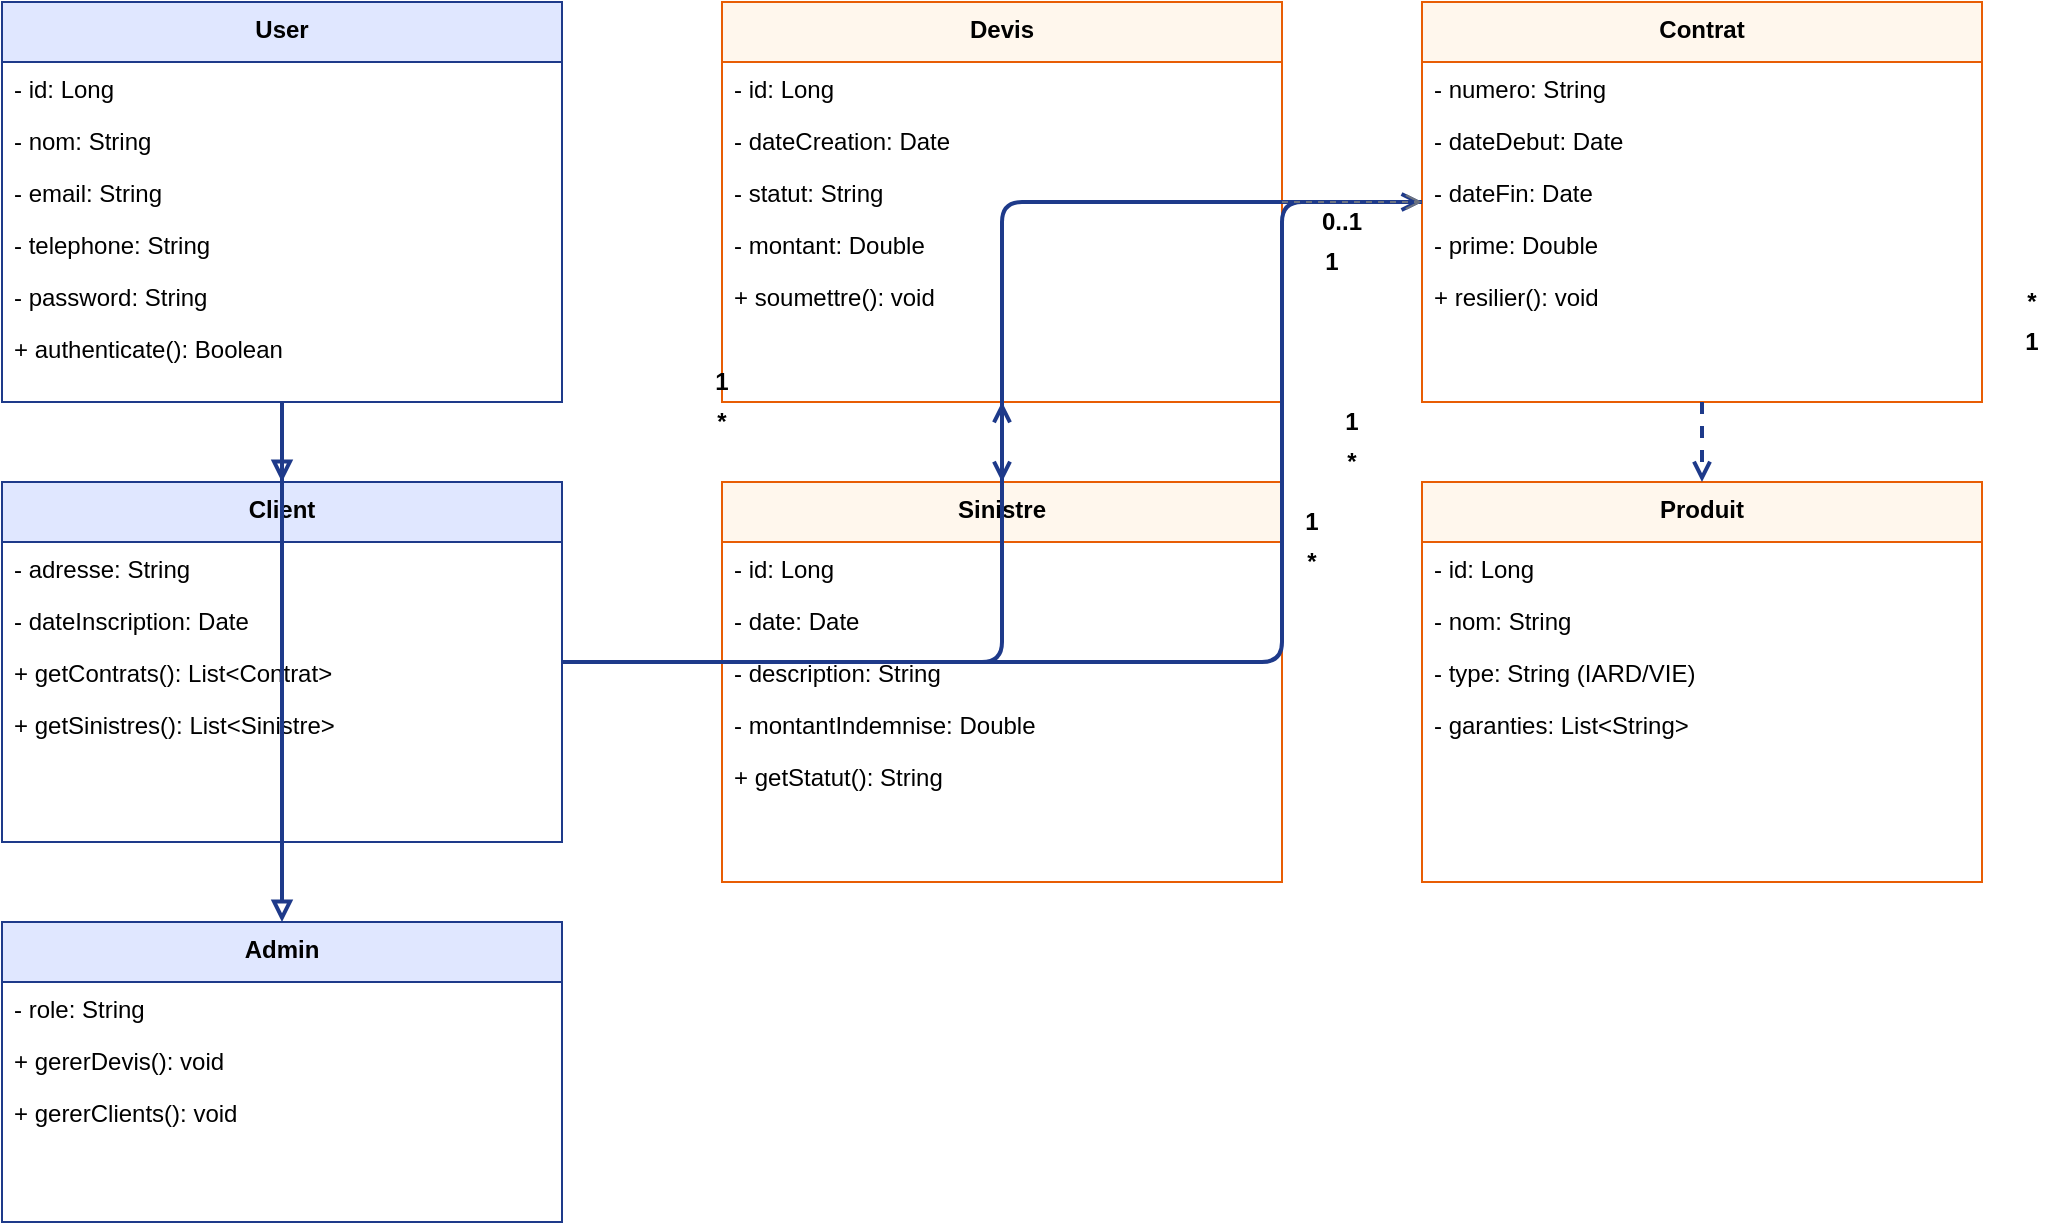
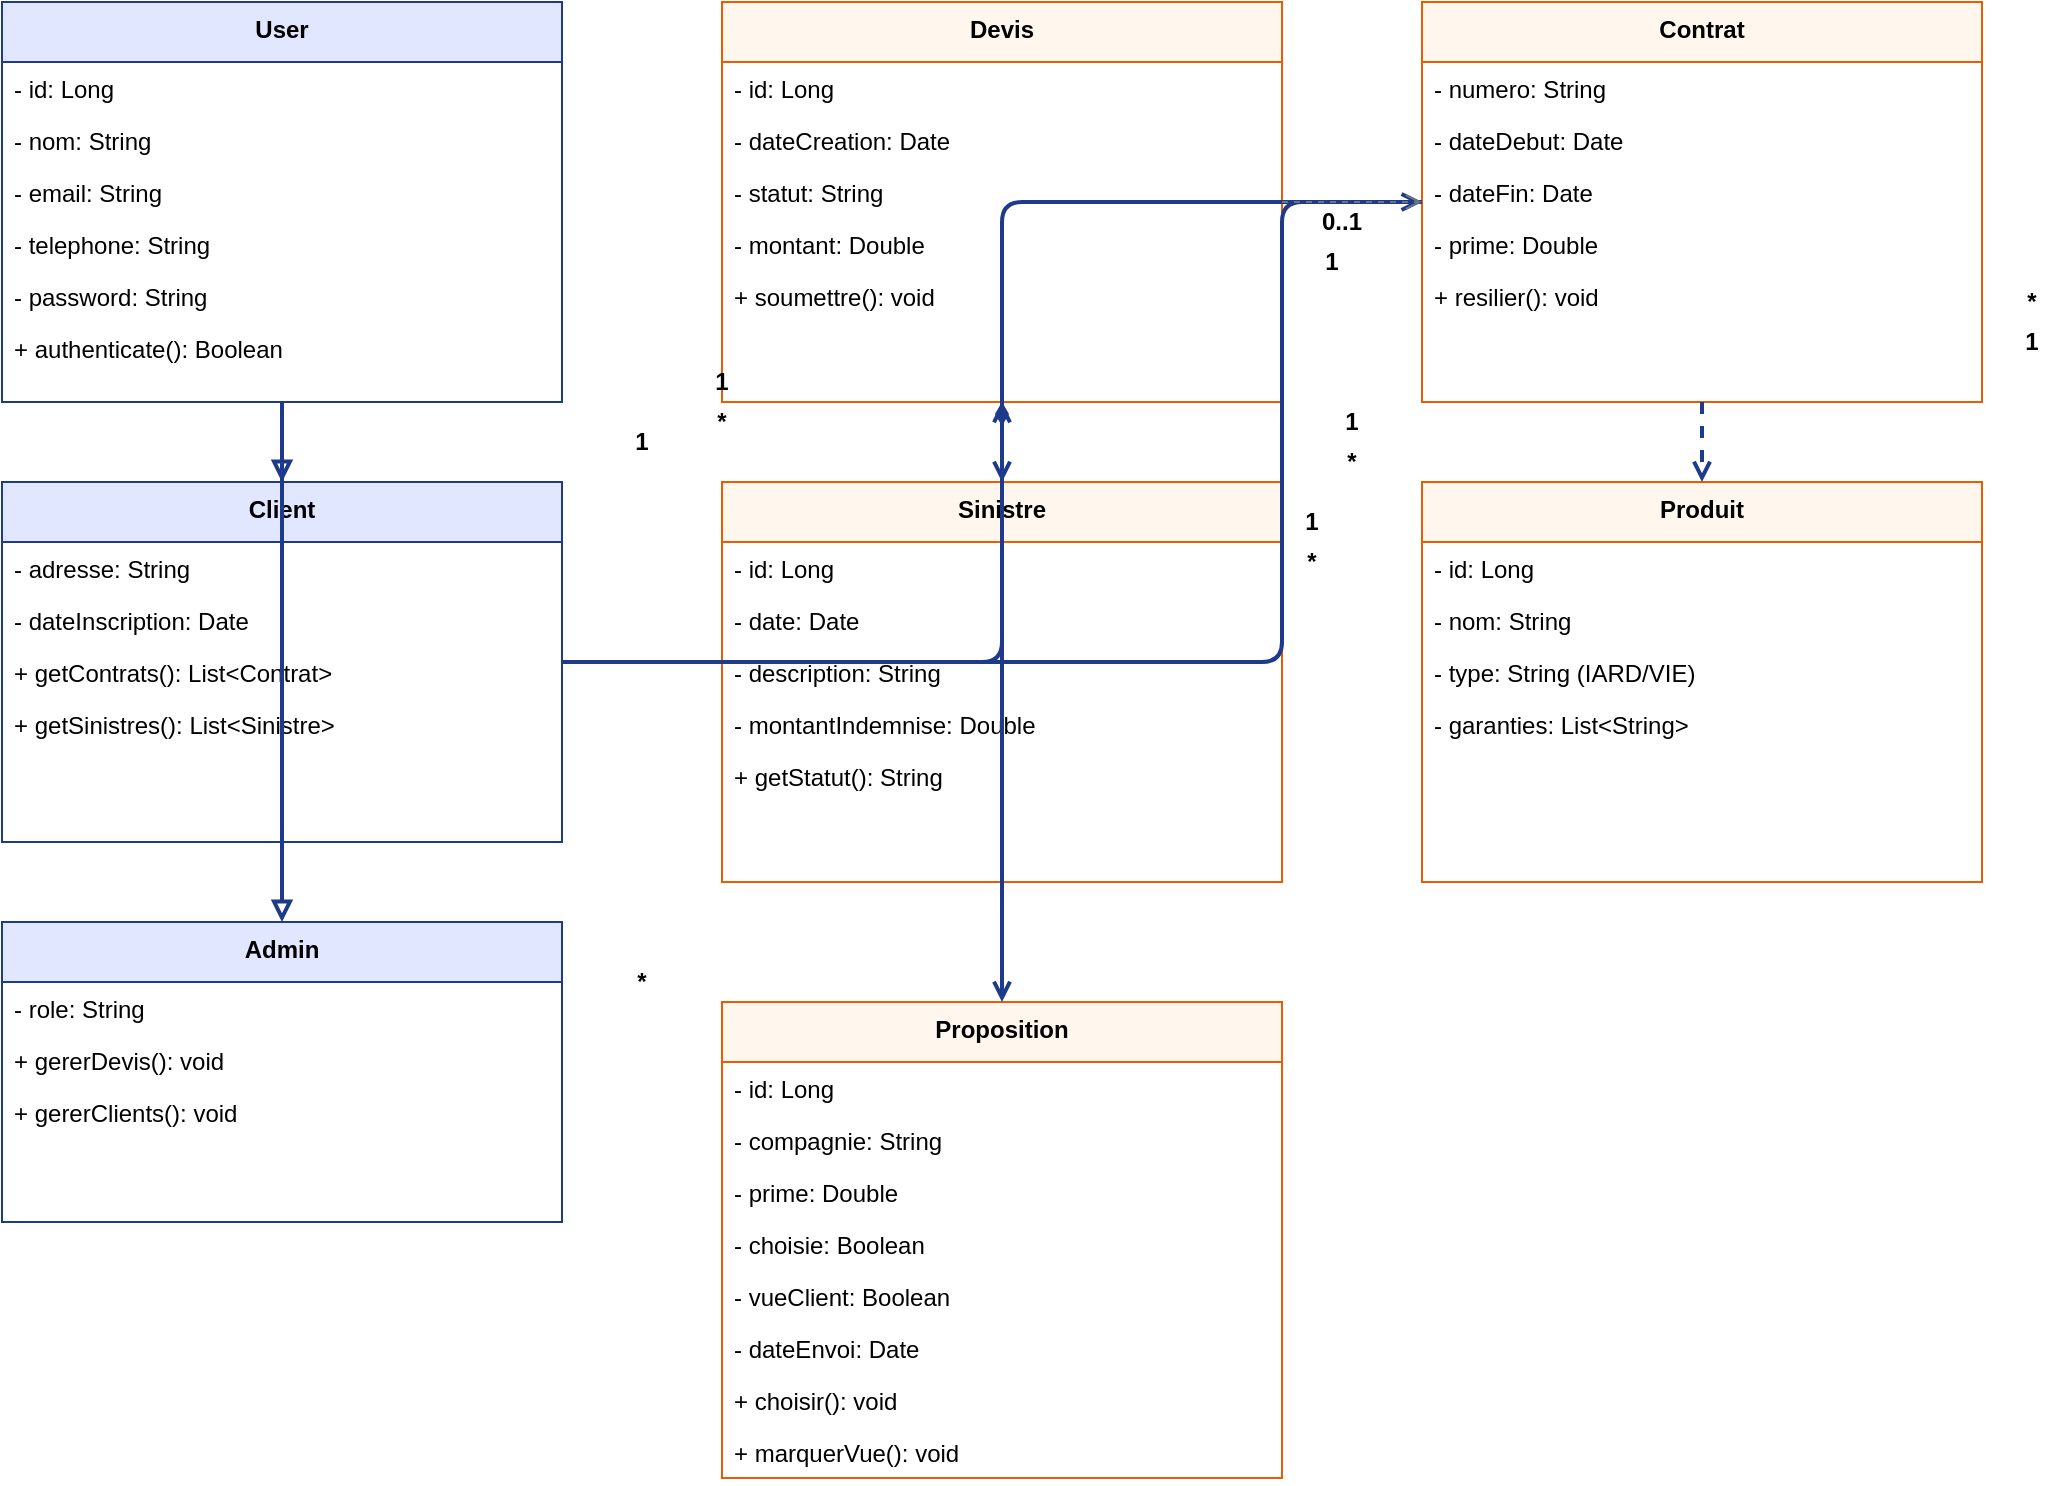
﻿<mxfile host="65bd71144e">
    <diagram name="Diagramme de classes - KARHON" id="class-diagram">
        <mxGraphModel dx="1400" dy="900" grid="1" gridSize="10" guides="1" tooltips="1" connect="1" arrows="1" fold="1" page="1" pageScale="1" pageWidth="1400" pageHeight="900" math="0" shadow="0">
            <root>
                <mxCell id="0"/>
                <mxCell id="1" parent="0"/>

                <!-- Classe User -->
                <mxCell id="User" value="User" style="swimlane;fontStyle=1;align=center;verticalAlign=top;childLayout=stackLayout;horizontal=1;startSize=30;horizontalStack=0;resizeParent=1;resizeParentMax=0;resizeLast=0;collapsible=1;marginBottom=0;strokeColor=#1e3a8a;fillColor=#e0e7ff;" vertex="1" parent="1">
                    <mxGeometry x="40" y="40" width="280" height="200" as="geometry"/>
                </mxCell>
                <mxCell id="UserAttr1" value="- id: Long" style="text;strokeColor=none;fillColor=none;align=left;verticalAlign=top;spacingLeft=4;spacingRight=4;overflow=hidden;rotatable=0;points=[[0,0.5],[1,0.5]];portConstraint=eastwest;" vertex="1" parent="User">
                    <mxGeometry y="30" width="280" height="26" as="geometry"/>
                </mxCell>
                <mxCell id="UserAttr2" value="- nom: String" style="text;strokeColor=none;fillColor=none;align=left;verticalAlign=top;spacingLeft=4;spacingRight=4;overflow=hidden;rotatable=0;points=[[0,0.5],[1,0.5]];portConstraint=eastwest;" vertex="1" parent="User">
                    <mxGeometry y="56" width="280" height="26" as="geometry"/>
                </mxCell>
                <mxCell id="UserAttr3" value="- email: String" style="text;strokeColor=none;fillColor=none;align=left;verticalAlign=top;spacingLeft=4;spacingRight=4;overflow=hidden;rotatable=0;points=[[0,0.5],[1,0.5]];portConstraint=eastwest;" vertex="1" parent="User">
                    <mxGeometry y="82" width="280" height="26" as="geometry"/>
                </mxCell>
                <mxCell id="UserAttr4" value="- telephone: String" style="text;strokeColor=none;fillColor=none;align=left;verticalAlign=top;spacingLeft=4;spacingRight=4;overflow=hidden;rotatable=0;points=[[0,0.5],[1,0.5]];portConstraint=eastwest;" vertex="1" parent="User">
                    <mxGeometry y="108" width="280" height="26" as="geometry"/>
                </mxCell>
                <mxCell id="UserAttr5" value="- password: String" style="text;strokeColor=none;fillColor=none;align=left;verticalAlign=top;spacingLeft=4;spacingRight=4;overflow=hidden;rotatable=0;points=[[0,0.5],[1,0.5]];portConstraint=eastwest;" vertex="1" parent="User">
                    <mxGeometry y="134" width="280" height="26" as="geometry"/>
                </mxCell>
                <mxCell id="UserMeth1" value="+ authenticate(): Boolean" style="text;strokeColor=none;fillColor=none;align=left;verticalAlign=top;spacingLeft=4;spacingRight=4;overflow=hidden;rotatable=0;points=[[0,0.5],[1,0.5]];portConstraint=eastwest;" vertex="1" parent="User">
                    <mxGeometry y="160" width="280" height="26" as="geometry"/>
                </mxCell>

                <!-- Classe Client -->
                <mxCell id="Client" value="Client" style="swimlane;fontStyle=1;align=center;verticalAlign=top;childLayout=stackLayout;horizontal=1;startSize=30;horizontalStack=0;resizeParent=1;resizeParentMax=0;resizeLast=0;collapsible=1;marginBottom=0;strokeColor=#1e3a8a;fillColor=#e0e7ff;" vertex="1" parent="1">
                    <mxGeometry x="40" y="280" width="280" height="180" as="geometry"/>
                </mxCell>
                <mxCell id="ClientAttr1" value="- adresse: String" style="text;strokeColor=none;fillColor=none;align=left;verticalAlign=top;spacingLeft=4;spacingRight=4;overflow=hidden;rotatable=0;points=[[0,0.5],[1,0.5]];portConstraint=eastwest;" vertex="1" parent="Client">
                    <mxGeometry y="30" width="280" height="26" as="geometry"/>
                </mxCell>
                <mxCell id="ClientAttr2" value="- dateInscription: Date" style="text;strokeColor=none;fillColor=none;align=left;verticalAlign=top;spacingLeft=4;spacingRight=4;overflow=hidden;rotatable=0;points=[[0,0.5],[1,0.5]];portConstraint=eastwest;" vertex="1" parent="Client">
                    <mxGeometry y="56" width="280" height="26" as="geometry"/>
                </mxCell>
                <mxCell id="ClientMeth1" value="+ getContrats(): List&lt;Contrat&gt;" style="text;strokeColor=none;fillColor=none;align=left;verticalAlign=top;spacingLeft=4;spacingRight=4;overflow=hidden;rotatable=0;points=[[0,0.5],[1,0.5]];portConstraint=eastwest;" vertex="1" parent="Client">
                    <mxGeometry y="82" width="280" height="26" as="geometry"/>
                </mxCell>
                <mxCell id="ClientMeth2" value="+ getSinistres(): List&lt;Sinistre&gt;" style="text;strokeColor=none;fillColor=none;align=left;verticalAlign=top;spacingLeft=4;spacingRight=4;overflow=hidden;rotatable=0;points=[[0,0.5],[1,0.5]];portConstraint=eastwest;" vertex="1" parent="Client">
                    <mxGeometry y="108" width="280" height="26" as="geometry"/>
                </mxCell>

                <!-- Classe Admin -->
                <mxCell id="Admin" value="Admin" style="swimlane;fontStyle=1;align=center;verticalAlign=top;childLayout=stackLayout;horizontal=1;startSize=30;horizontalStack=0;resizeParent=1;resizeParentMax=0;resizeLast=0;collapsible=1;marginBottom=0;strokeColor=#1e3a8a;fillColor=#e0e7ff;" vertex="1" parent="1">
                    <mxGeometry x="40" y="500" width="280" height="150" as="geometry"/>
                </mxCell>
                <mxCell id="AdminAttr1" value="- role: String" style="text;strokeColor=none;fillColor=none;align=left;verticalAlign=top;spacingLeft=4;spacingRight=4;overflow=hidden;rotatable=0;points=[[0,0.5],[1,0.5]];portConstraint=eastwest;" vertex="1" parent="Admin">
                    <mxGeometry y="30" width="280" height="26" as="geometry"/>
                </mxCell>
                <mxCell id="AdminMeth1" value="+ gererDevis(): void" style="text;strokeColor=none;fillColor=none;align=left;verticalAlign=top;spacingLeft=4;spacingRight=4;overflow=hidden;rotatable=0;points=[[0,0.5],[1,0.5]];portConstraint=eastwest;" vertex="1" parent="Admin">
                    <mxGeometry y="56" width="280" height="26" as="geometry"/>
                </mxCell>
                <mxCell id="AdminMeth2" value="+ gererClients(): void" style="text;strokeColor=none;fillColor=none;align=left;verticalAlign=top;spacingLeft=4;spacingRight=4;overflow=hidden;rotatable=0;points=[[0,0.5],[1,0.5]];portConstraint=eastwest;" vertex="1" parent="Admin">
                    <mxGeometry y="82" width="280" height="26" as="geometry"/>
                </mxCell>

                <!-- Héritage -->
                <mxCell id="inheritance1" style="edgeStyle=orthogonalEdgeStyle;html=1;endArrow=block;endFill=0;strokeColor=#1e3a8a;strokeWidth=2;" edge="1" parent="1" source="User" target="Client">
                    <mxGeometry relative="1" as="geometry"/>
                </mxCell>
                <mxCell id="inheritance2" style="edgeStyle=orthogonalEdgeStyle;html=1;endArrow=block;endFill=0;strokeColor=#1e3a8a;strokeWidth=2;" edge="1" parent="1" source="User" target="Admin">
                    <mxGeometry relative="1" as="geometry"/>
                </mxCell>

                <!-- Classe Devis -->
                <mxCell id="Devis" value="Devis" style="swimlane;fontStyle=1;align=center;verticalAlign=top;childLayout=stackLayout;horizontal=1;startSize=30;horizontalStack=0;resizeParent=1;resizeParentMax=0;resizeLast=0;collapsible=1;marginBottom=0;strokeColor=#e85d04;fillColor=#fff7ed;" vertex="1" parent="1">
                    <mxGeometry x="400" y="40" width="280" height="200" as="geometry"/>
                </mxCell>
                <mxCell id="DevisAttr1" value="- id: Long" style="text;strokeColor=none;fillColor=none;align=left;verticalAlign=top;spacingLeft=4;spacingRight=4;overflow=hidden;rotatable=0;points=[[0,0.5],[1,0.5]];portConstraint=eastwest;" vertex="1" parent="Devis">
                    <mxGeometry y="30" width="280" height="26" as="geometry"/>
                </mxCell>
                <mxCell id="DevisAttr2" value="- dateCreation: Date" style="text;strokeColor=none;fillColor=none;align=left;verticalAlign=top;spacingLeft=4;spacingRight=4;overflow=hidden;rotatable=0;points=[[0,0.5],[1,0.5]];portConstraint=eastwest;" vertex="1" parent="Devis">
                    <mxGeometry y="56" width="280" height="26" as="geometry"/>
                </mxCell>
                <mxCell id="DevisAttr3" value="- statut: String" style="text;strokeColor=none;fillColor=none;align=left;verticalAlign=top;spacingLeft=4;spacingRight=4;overflow=hidden;rotatable=0;points=[[0,0.5],[1,0.5]];portConstraint=eastwest;" vertex="1" parent="Devis">
                    <mxGeometry y="82" width="280" height="26" as="geometry"/>
                </mxCell>
                <mxCell id="DevisAttr4" value="- montant: Double" style="text;strokeColor=none;fillColor=none;align=left;verticalAlign=top;spacingLeft=4;spacingRight=4;overflow=hidden;rotatable=0;points=[[0,0.5],[1,0.5]];portConstraint=eastwest;" vertex="1" parent="Devis">
                    <mxGeometry y="108" width="280" height="26" as="geometry"/>
                </mxCell>
                <mxCell id="DevisMeth1" value="+ soumettre(): void" style="text;strokeColor=none;fillColor=none;align=left;verticalAlign=top;spacingLeft=4;spacingRight=4;overflow=hidden;rotatable=0;points=[[0,0.5],[1,0.5]];portConstraint=eastwest;" vertex="1" parent="Devis">
                    <mxGeometry y="134" width="280" height="26" as="geometry"/>
                </mxCell>

                <!-- Classe Contrat -->
                <mxCell id="Contrat" value="Contrat" style="swimlane;fontStyle=1;align=center;verticalAlign=top;childLayout=stackLayout;horizontal=1;startSize=30;horizontalStack=0;resizeParent=1;resizeParentMax=0;resizeLast=0;collapsible=1;marginBottom=0;strokeColor=#e85d04;fillColor=#fff7ed;" vertex="1" parent="1">
                    <mxGeometry x="750" y="40" width="280" height="200" as="geometry"/>
                </mxCell>
                <mxCell id="ContratAttr1" value="- numero: String" style="text;strokeColor=none;fillColor=none;align=left;verticalAlign=top;spacingLeft=4;spacingRight=4;overflow=hidden;rotatable=0;points=[[0,0.5],[1,0.5]];portConstraint=eastwest;" vertex="1" parent="Contrat">
                    <mxGeometry y="30" width="280" height="26" as="geometry"/>
                </mxCell>
                <mxCell id="ContratAttr2" value="- dateDebut: Date" style="text;strokeColor=none;fillColor=none;align=left;verticalAlign=top;spacingLeft=4;spacingRight=4;overflow=hidden;rotatable=0;points=[[0,0.5],[1,0.5]];portConstraint=eastwest;" vertex="1" parent="Contrat">
                    <mxGeometry y="56" width="280" height="26" as="geometry"/>
                </mxCell>
                <mxCell id="ContratAttr3" value="- dateFin: Date" style="text;strokeColor=none;fillColor=none;align=left;verticalAlign=top;spacingLeft=4;spacingRight=4;overflow=hidden;rotatable=0;points=[[0,0.5],[1,0.5]];portConstraint=eastwest;" vertex="1" parent="Contrat">
                    <mxGeometry y="82" width="280" height="26" as="geometry"/>
                </mxCell>
                <mxCell id="ContratAttr4" value="- prime: Double" style="text;strokeColor=none;fillColor=none;align=left;verticalAlign=top;spacingLeft=4;spacingRight=4;overflow=hidden;rotatable=0;points=[[0,0.5],[1,0.5]];portConstraint=eastwest;" vertex="1" parent="Contrat">
                    <mxGeometry y="108" width="280" height="26" as="geometry"/>
                </mxCell>
                <mxCell id="ContratMeth1" value="+ resilier(): void" style="text;strokeColor=none;fillColor=none;align=left;verticalAlign=top;spacingLeft=4;spacingRight=4;overflow=hidden;rotatable=0;points=[[0,0.5],[1,0.5]];portConstraint=eastwest;" vertex="1" parent="Contrat">
                    <mxGeometry y="134" width="280" height="26" as="geometry"/>
                </mxCell>

                <!-- Classe Sinistre -->
                <mxCell id="Sinistre" value="Sinistre" style="swimlane;fontStyle=1;align=center;verticalAlign=top;childLayout=stackLayout;horizontal=1;startSize=30;horizontalStack=0;resizeParent=1;resizeParentMax=0;resizeLast=0;collapsible=1;marginBottom=0;strokeColor=#e85d04;fillColor=#fff7ed;" vertex="1" parent="1">
                    <mxGeometry x="400" y="280" width="280" height="200" as="geometry"/>
                </mxCell>
                <mxCell id="SinistreAttr1" value="- id: Long" style="text;strokeColor=none;fillColor=none;align=left;verticalAlign=top;spacingLeft=4;spacingRight=4;overflow=hidden;rotatable=0;points=[[0,0.5],[1,0.5]];portConstraint=eastwest;" vertex="1" parent="Sinistre">
                    <mxGeometry y="30" width="280" height="26" as="geometry"/>
                </mxCell>
                <mxCell id="SinistreAttr2" value="- date: Date" style="text;strokeColor=none;fillColor=none;align=left;verticalAlign=top;spacingLeft=4;spacingRight=4;overflow=hidden;rotatable=0;points=[[0,0.5],[1,0.5]];portConstraint=eastwest;" vertex="1" parent="Sinistre">
                    <mxGeometry y="56" width="280" height="26" as="geometry"/>
                </mxCell>
                <mxCell id="SinistreAttr3" value="- description: String" style="text;strokeColor=none;fillColor=none;align=left;verticalAlign=top;spacingLeft=4;spacingRight=4;overflow=hidden;rotatable=0;points=[[0,0.5],[1,0.5]];portConstraint=eastwest;" vertex="1" parent="Sinistre">
                    <mxGeometry y="82" width="280" height="26" as="geometry"/>
                </mxCell>
                <mxCell id="SinistreAttr4" value="- montantIndemnise: Double" style="text;strokeColor=none;fillColor=none;align=left;verticalAlign=top;spacingLeft=4;spacingRight=4;overflow=hidden;rotatable=0;points=[[0,0.5],[1,0.5]];portConstraint=eastwest;" vertex="1" parent="Sinistre">
                    <mxGeometry y="108" width="280" height="26" as="geometry"/>
                </mxCell>
                <mxCell id="SinistreMeth1" value="+ getStatut(): String" style="text;strokeColor=none;fillColor=none;align=left;verticalAlign=top;spacingLeft=4;spacingRight=4;overflow=hidden;rotatable=0;points=[[0,0.5],[1,0.5]];portConstraint=eastwest;" vertex="1" parent="Sinistre">
                    <mxGeometry y="134" width="280" height="26" as="geometry"/>
                </mxCell>

                <!-- Classe Produit -->
                <mxCell id="Produit" value="Produit" style="swimlane;fontStyle=1;align=center;verticalAlign=top;childLayout=stackLayout;horizontal=1;startSize=30;horizontalStack=0;resizeParent=1;resizeParentMax=0;resizeLast=0;collapsible=1;marginBottom=0;strokeColor=#e85d04;fillColor=#fff7ed;" vertex="1" parent="1">
                    <mxGeometry x="750" y="280" width="280" height="200" as="geometry"/>
                </mxCell>
                <mxCell id="ProduitAttr1" value="- id: Long" style="text;strokeColor=none;fillColor=none;align=left;verticalAlign=top;spacingLeft=4;spacingRight=4;overflow=hidden;rotatable=0;points=[[0,0.5],[1,0.5]];portConstraint=eastwest;" vertex="1" parent="Produit">
                    <mxGeometry y="30" width="280" height="26" as="geometry"/>
                </mxCell>
                <mxCell id="ProduitAttr2" value="- nom: String" style="text;strokeColor=none;fillColor=none;align=left;verticalAlign=top;spacingLeft=4;spacingRight=4;overflow=hidden;rotatable=0;points=[[0,0.5],[1,0.5]];portConstraint=eastwest;" vertex="1" parent="Produit">
                    <mxGeometry y="56" width="280" height="26" as="geometry"/>
                </mxCell>
                <mxCell id="ProduitAttr3" value="- type: String (IARD/VIE)" style="text;strokeColor=none;fillColor=none;align=left;verticalAlign=top;spacingLeft=4;spacingRight=4;overflow=hidden;rotatable=0;points=[[0,0.5],[1,0.5]];portConstraint=eastwest;" vertex="1" parent="Produit">
                    <mxGeometry y="82" width="280" height="26" as="geometry"/>
                </mxCell>
                <mxCell id="ProduitAttr4" value="- garanties: List&lt;String&gt;" style="text;strokeColor=none;fillColor=none;align=left;verticalAlign=top;spacingLeft=4;spacingRight=4;overflow=hidden;rotatable=0;points=[[0,0.5],[1,0.5]];portConstraint=eastwest;" vertex="1" parent="Produit">
                    <mxGeometry y="108" width="280" height="26" as="geometry"/>
                </mxCell>

                <!-- Association Client - Devis (1..*) -->
                <mxCell id="assoc1" style="edgeStyle=orthogonalEdgeStyle;html=1;endArrow=open;startArrow=none;strokeColor=#1e3a8a;strokeWidth=2;" edge="1" parent="1" source="Client" target="Devis">
                    <mxGeometry relative="1" as="geometry"/>
                </mxCell>
                <mxCell id="card1" value="1" style="text;html=1;strokeColor=none;fillColor=none;align=center;verticalAlign=middle;whiteSpace=wrap;rounded=0;fontStyle=1;" vertex="1" parent="1">
                    <mxGeometry x="385" y="220" width="30" height="20" as="geometry"/>
                </mxCell>
                <mxCell id="card2" value="*" style="text;html=1;strokeColor=none;fillColor=none;align=center;verticalAlign=middle;whiteSpace=wrap;rounded=0;fontStyle=1;" vertex="1" parent="1">
                    <mxGeometry x="385" y="240" width="30" height="20" as="geometry"/>
                </mxCell>

                <!-- Association Client - Contrat (1..*) -->
                <mxCell id="assoc2" style="edgeStyle=orthogonalEdgeStyle;html=1;endArrow=open;startArrow=none;strokeColor=#1e3a8a;strokeWidth=2;" edge="1" parent="1" source="Client" target="Contrat">
                    <mxGeometry relative="1" as="geometry">
                        <Array as="points">
                            <mxPoint x="680" y="370"/>
                            <mxPoint x="680" y="140"/>
                        </Array>
                    </mxGeometry>
                </mxCell>
                <mxCell id="card3" value="1" style="text;html=1;strokeColor=none;fillColor=none;align=center;verticalAlign=middle;whiteSpace=wrap;rounded=0;fontStyle=1;" vertex="1" parent="1">
                    <mxGeometry x="680" y="290" width="30" height="20" as="geometry"/>
                </mxCell>
                <mxCell id="card4" value="*" style="text;html=1;strokeColor=none;fillColor=none;align=center;verticalAlign=middle;whiteSpace=wrap;rounded=0;fontStyle=1;" vertex="1" parent="1">
                    <mxGeometry x="680" y="310" width="30" height="20" as="geometry"/>
                </mxCell>

                <!-- Association Contrat - Sinistre (1..*) -->
                <mxCell id="assoc3" style="edgeStyle=orthogonalEdgeStyle;html=1;endArrow=open;startArrow=none;strokeColor=#1e3a8a;strokeWidth=2;" edge="1" parent="1" source="Contrat" target="Sinistre">
                    <mxGeometry relative="1" as="geometry"/>
                </mxCell>
                <mxCell id="card5" value="1" style="text;html=1;strokeColor=none;fillColor=none;align=center;verticalAlign=middle;whiteSpace=wrap;rounded=0;fontStyle=1;" vertex="1" parent="1">
                    <mxGeometry x="700" y="240" width="30" height="20" as="geometry"/>
                </mxCell>
                <mxCell id="card6" value="*" style="text;html=1;strokeColor=none;fillColor=none;align=center;verticalAlign=middle;whiteSpace=wrap;rounded=0;fontStyle=1;" vertex="1" parent="1">
                    <mxGeometry x="700" y="260" width="30" height="20" as="geometry"/>
                </mxCell>

                <!-- Association Contrat - Produit (*..1) -->
                <mxCell id="assoc4" style="edgeStyle=orthogonalEdgeStyle;html=1;endArrow=open;startArrow=none;strokeColor=#1e3a8a;strokeWidth=2;dashed=1;" edge="1" parent="1" source="Contrat" target="Produit">
                    <mxGeometry relative="1" as="geometry"/>
                </mxCell>
                <mxCell id="card7" value="*" style="text;html=1;strokeColor=none;fillColor=none;align=center;verticalAlign=middle;whiteSpace=wrap;rounded=0;fontStyle=1;" vertex="1" parent="1">
                    <mxGeometry x="1040" y="180" width="30" height="20" as="geometry"/>
                </mxCell>
                <mxCell id="card8" value="1" style="text;html=1;strokeColor=none;fillColor=none;align=center;verticalAlign=middle;whiteSpace=wrap;rounded=0;fontStyle=1;" vertex="1" parent="1">
                    <mxGeometry x="1040" y="200" width="30" height="20" as="geometry"/>
                </mxCell>

                <!-- Association Devis - Contrat (0..1) -->
                <mxCell id="assoc5" style="edgeStyle=orthogonalEdgeStyle;html=1;endArrow=open;startArrow=none;strokeColor=#6b7280;strokeWidth=1;dashed=1;" edge="1" parent="1" source="Devis" target="Contrat">
                    <mxGeometry relative="1" as="geometry"/>
                </mxCell>
                <mxCell id="card9" value="0..1" style="text;html=1;strokeColor=none;fillColor=none;align=center;verticalAlign=middle;whiteSpace=wrap;rounded=0;fontStyle=1;" vertex="1" parent="1">
                    <mxGeometry x="690" y="140" width="40" height="20" as="geometry"/>
                </mxCell>
                <mxCell id="card10" value="1" style="text;html=1;strokeColor=none;fillColor=none;align=center;verticalAlign=middle;whiteSpace=wrap;rounded=0;fontStyle=1;" vertex="1" parent="1">
                    <mxGeometry x="690" y="160" width="30" height="20" as="geometry"/>
                </mxCell>

+                 <!-- Classe Proposition (offre d'une compagnie rattachée à un devis) -->
+                 <mxCell id="Proposition" value="Proposition" style="swimlane;fontStyle=1;align=center;verticalAlign=top;childLayout=stackLayout;horizontal=1;startSize=30;horizontalStack=0;resizeParent=1;resizeParentMax=0;resizeLast=0;collapsible=1;marginBottom=0;strokeColor=#e85d04;fillColor=#fff7ed;" vertex="1" parent="1">
+                     <mxGeometry x="400" y="540" width="280" height="238" as="geometry"/>
+                 </mxCell>
+                 <mxCell id="PropAttr1" value="- id: Long" style="text;strokeColor=none;fillColor=none;align=left;verticalAlign=top;spacingLeft=4;spacingRight=4;overflow=hidden;rotatable=0;points=[[0,0.5],[1,0.5]];portConstraint=eastwest;" vertex="1" parent="Proposition">
+                     <mxGeometry y="30" width="280" height="26" as="geometry"/>
+                 </mxCell>
+                 <mxCell id="PropAttr2" value="- compagnie: String" style="text;strokeColor=none;fillColor=none;align=left;verticalAlign=top;spacingLeft=4;spacingRight=4;overflow=hidden;rotatable=0;points=[[0,0.5],[1,0.5]];portConstraint=eastwest;" vertex="1" parent="Proposition">
+                     <mxGeometry y="56" width="280" height="26" as="geometry"/>
+                 </mxCell>
+                 <mxCell id="PropAttr3" value="- prime: Double" style="text;strokeColor=none;fillColor=none;align=left;verticalAlign=top;spacingLeft=4;spacingRight=4;overflow=hidden;rotatable=0;points=[[0,0.5],[1,0.5]];portConstraint=eastwest;" vertex="1" parent="Proposition">
+                     <mxGeometry y="82" width="280" height="26" as="geometry"/>
+                 </mxCell>
+                 <mxCell id="PropAttr4" value="- choisie: Boolean" style="text;strokeColor=none;fillColor=none;align=left;verticalAlign=top;spacingLeft=4;spacingRight=4;overflow=hidden;rotatable=0;points=[[0,0.5],[1,0.5]];portConstraint=eastwest;" vertex="1" parent="Proposition">
+                     <mxGeometry y="108" width="280" height="26" as="geometry"/>
+                 </mxCell>
+                 <mxCell id="PropAttr5" value="- vueClient: Boolean" style="text;strokeColor=none;fillColor=none;align=left;verticalAlign=top;spacingLeft=4;spacingRight=4;overflow=hidden;rotatable=0;points=[[0,0.5],[1,0.5]];portConstraint=eastwest;" vertex="1" parent="Proposition">
+                     <mxGeometry y="134" width="280" height="26" as="geometry"/>
+                 </mxCell>
+                 <mxCell id="PropAttr6" value="- dateEnvoi: Date" style="text;strokeColor=none;fillColor=none;align=left;verticalAlign=top;spacingLeft=4;spacingRight=4;overflow=hidden;rotatable=0;points=[[0,0.5],[1,0.5]];portConstraint=eastwest;" vertex="1" parent="Proposition">
+                     <mxGeometry y="160" width="280" height="26" as="geometry"/>
+                 </mxCell>
+                 <mxCell id="PropMeth1" value="+ choisir(): void" style="text;strokeColor=none;fillColor=none;align=left;verticalAlign=top;spacingLeft=4;spacingRight=4;overflow=hidden;rotatable=0;points=[[0,0.5],[1,0.5]];portConstraint=eastwest;" vertex="1" parent="Proposition">
+                     <mxGeometry y="186" width="280" height="26" as="geometry"/>
+                 </mxCell>
+                 <mxCell id="PropMeth2" value="+ marquerVue(): void" style="text;strokeColor=none;fillColor=none;align=left;verticalAlign=top;spacingLeft=4;spacingRight=4;overflow=hidden;rotatable=0;points=[[0,0.5],[1,0.5]];portConstraint=eastwest;" vertex="1" parent="Proposition">
+                     <mxGeometry y="212" width="280" height="26" as="geometry"/>
+                 </mxCell>
+ 
+                 <!-- Association Devis 1 - * Proposition (composition) -->
+                 <mxCell id="assoc6" style="edgeStyle=orthogonalEdgeStyle;html=1;endArrow=open;startArrow=diamondThin;startFill=1;strokeColor=#1e3a8a;strokeWidth=2;" edge="1" parent="1" source="Devis" target="Proposition">
+                     <mxGeometry relative="1" as="geometry"/>
+                 </mxCell>
+                 <mxCell id="card11" value="1" style="text;html=1;strokeColor=none;fillColor=none;align=center;verticalAlign=middle;whiteSpace=wrap;rounded=0;fontStyle=1;" vertex="1" parent="1">
+                     <mxGeometry x="345" y="250" width="30" height="20" as="geometry"/>
+                 </mxCell>
+                 <mxCell id="card12" value="*" style="text;html=1;strokeColor=none;fillColor=none;align=center;verticalAlign=middle;whiteSpace=wrap;rounded=0;fontStyle=1;" vertex="1" parent="1">
+                     <mxGeometry x="345" y="520" width="30" height="20" as="geometry"/>
+                 </mxCell>
+ 
            </root>
        </mxGraphModel>
    </diagram>
</mxfile>
